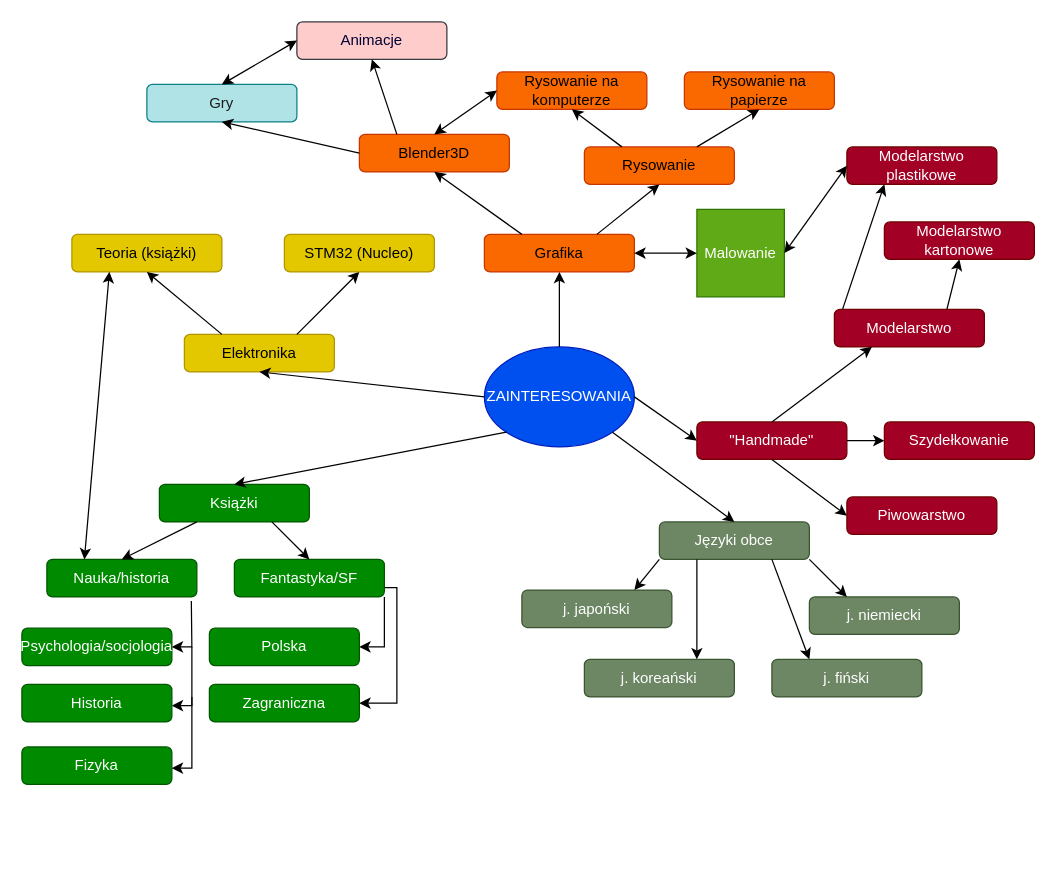
Above: Diagram bez tytułu.drawio in Dexmo-7/myWarmingUp (draw.io), before the change. Source tidied: cells renumbered, new cells numbered last; positions are measured from the earlier drawing's top-left corner, leaving out a move shared by most shapes. Both pictures are drawn from the tidied source at 125%, with x=0, y=0 at pixel (21, 21).
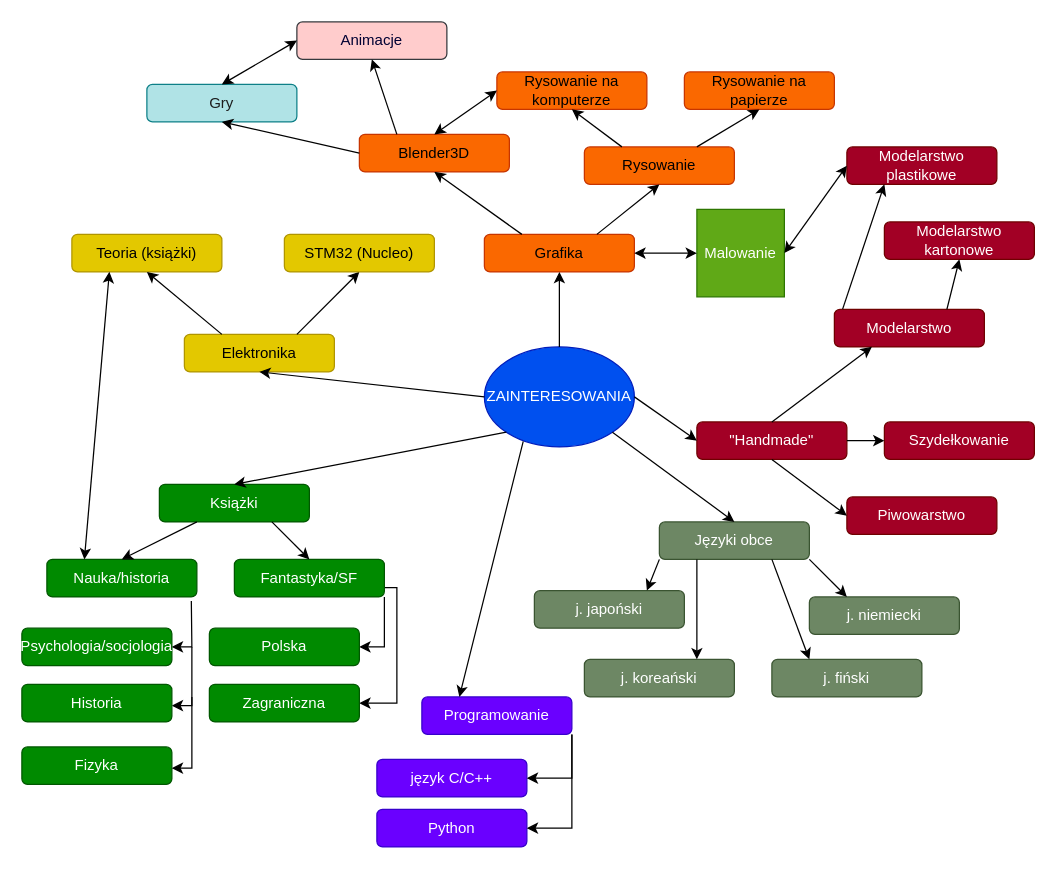
After the change.

Unchanged cells that the change refers to:
```xml
<mxCell id="6" value="ZAINTERESOWANIA" style="ellipse;whiteSpace=wrap;html=1;fillColor=#0050ef;strokeColor=#001DBC;fontColor=#ffffff;" parent="1" vertex="1">
  <mxGeometry x="370" y="260" width="120" height="80" as="geometry" />
</mxCell>
```

What changed in the source:
```diff
@@
     <mxCell id="51" value="j. japoński" style="rounded=1;whiteSpace=wrap;html=1;fillColor=#6d8764;fontColor=#ffffff;strokeColor=#3A5431;" parent="1" vertex="1">
-      <mxGeometry x="400" y="454.5" width="120" height="30" as="geometry" />
+      <mxGeometry x="410" y="455" width="120" height="30" as="geometry" />
     </mxCell>
@@
+    <mxCell id="67" value="Programowanie" style="rounded=1;whiteSpace=wrap;html=1;fillColor=#6a00ff;strokeColor=#3700CC;fontColor=#ffffff;" parent="1" vertex="1">
+      <mxGeometry x="320" y="540" width="120" height="30" as="geometry" />
+    </mxCell>
+    <mxCell id="68" style="endArrow=classic;html=1;rounded=0;exitX=0.259;exitY=0.945;exitDx=0;exitDy=0;exitPerimeter=0;entryX=0.25;entryY=0;entryDx=0;entryDy=0;" parent="1" edge="1" source="6" target="67">
+      <mxGeometry relative="1" as="geometry" />
+    </mxCell>
+    <mxCell id="69" value="język C/C++" style="rounded=1;whiteSpace=wrap;html=1;fillColor=#6a00ff;strokeColor=#3700CC;fontColor=#ffffff;" parent="1" vertex="1">
+      <mxGeometry x="284" y="590" width="120" height="30" as="geometry" />
+    </mxCell>
+    <mxCell id="70" value="Python" style="rounded=1;whiteSpace=wrap;html=1;fillColor=#6a00ff;strokeColor=#3700CC;fontColor=#ffffff;" parent="1" vertex="1">
+      <mxGeometry x="284" y="630" width="120" height="30" as="geometry" />
+    </mxCell>
+    <mxCell id="71" style="endArrow=classic;html=1;rounded=0;exitX=1;exitY=1;exitDx=0;exitDy=0;entryX=1;entryY=0.5;entryDx=0;entryDy=0;" parent="1" edge="1" source="67" target="69">
+      <mxGeometry relative="1" as="geometry">
+        <Array as="points">
+          <mxPoint x="440" y="605" />
+        </Array>
+      </mxGeometry>
+    </mxCell>
+    <mxCell id="72" style="endArrow=classic;html=1;rounded=0;entryX=1;entryY=0.5;entryDx=0;entryDy=0;exitX=1;exitY=1;exitDx=0;exitDy=0;" parent="1" edge="1" source="67" target="70">
+      <mxGeometry relative="1" as="geometry">
+        <Array as="points">
+          <mxPoint x="440" y="645" />
+        </Array>
+      </mxGeometry>
+    </mxCell>
```
